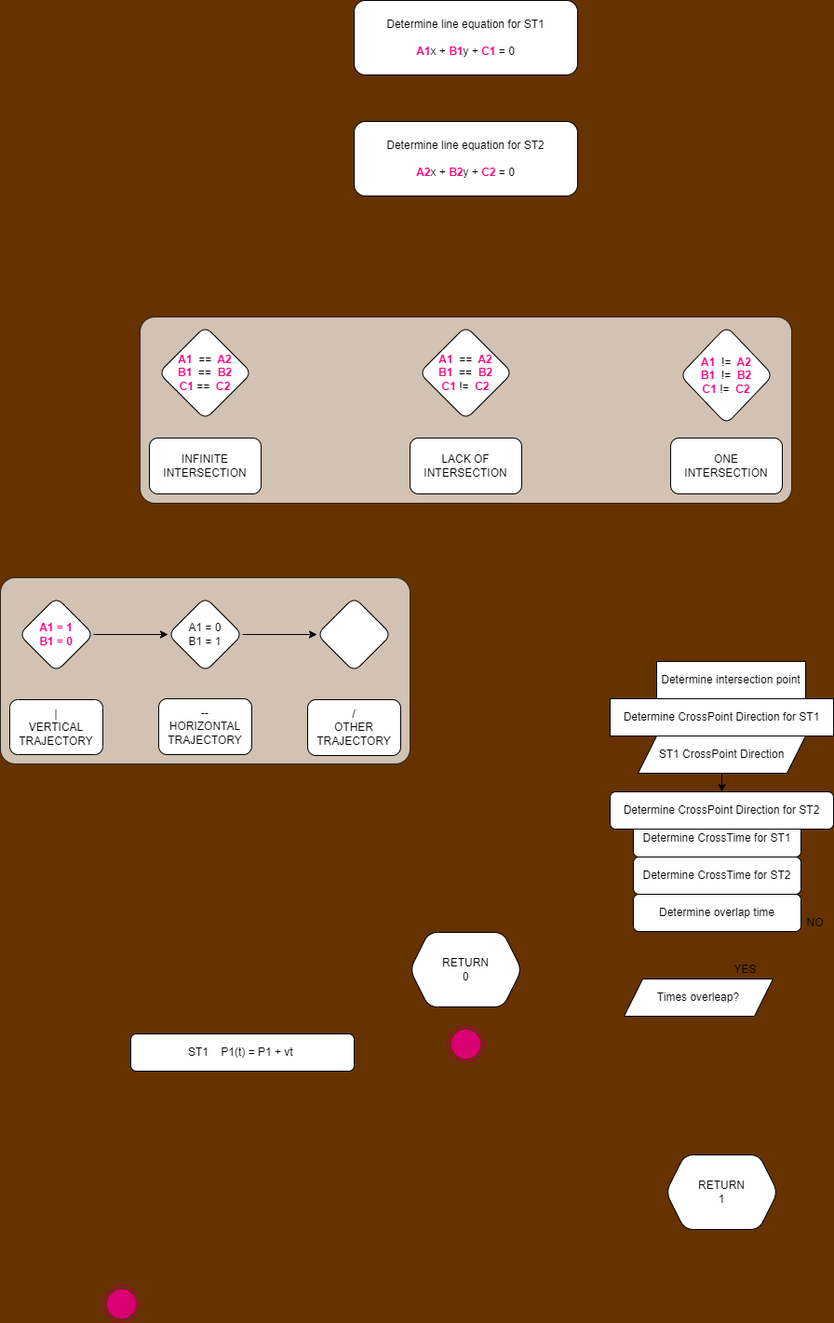
Earlier version of the draw.io export test.drawio.png (bajraan/MWP3_2C1---Stonogi). Source tidied: cells renumbered, new cells last; positions are measured from the earlier drawing's top-left corner, leaving out a move shared by most shapes.
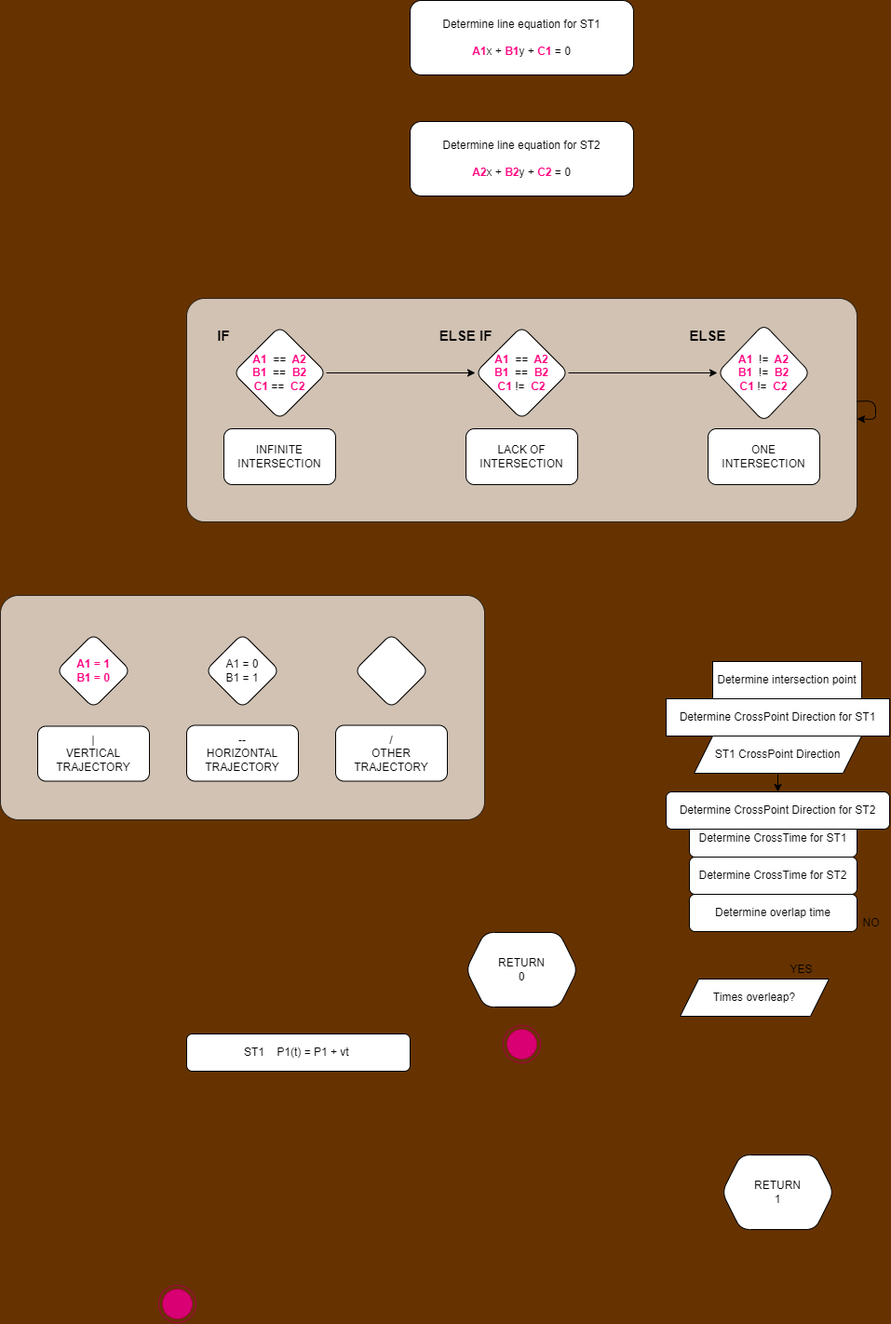
After the commit.

The edit, as a diff of the source:
```diff
@@ -3,10 +3,10 @@
     <mxCell id="0" />
     <mxCell id="1" parent="0" />
     <mxCell id="2" style="rounded=1;whiteSpace=wrap;html=1;fontColor=#FF0080;opacity=70;strokeOpacity=100;fillOpacity=100;glass=0;sketch=0;shadow=0;arcSize=8;" parent="1" vertex="1">
-      <mxGeometry y="620" width="440" height="200" as="geometry" />
+      <mxGeometry x="-60" y="639" width="520" height="241" as="geometry" />
     </mxCell>
     <mxCell id="3" style="rounded=1;whiteSpace=wrap;html=1;fontColor=#FF0080;opacity=70;strokeOpacity=100;fillOpacity=100;glass=0;sketch=0;shadow=0;arcSize=8;" parent="1" vertex="1">
-      <mxGeometry x="150" y="340" width="700" height="200" as="geometry" />
+      <mxGeometry x="140" y="320" width="720" height="240" as="geometry" />
     </mxCell>
     <mxCell id="4" value="Determine line equation for ST1&lt;br&gt;&lt;br&gt;&lt;b&gt;&lt;font color=&quot;#ff0080&quot;&gt;A1&lt;/font&gt;&lt;/b&gt;x +&amp;nbsp;&lt;b&gt;&lt;font color=&quot;#ff0080&quot;&gt;B1&lt;/font&gt;&lt;/b&gt;y +&amp;nbsp;&lt;b&gt;&lt;font color=&quot;#ff0080&quot;&gt;C1&lt;/font&gt;&lt;/b&gt;&amp;nbsp;= 0" style="whiteSpace=wrap;html=1;rounded=1;" parent="1" vertex="1">
       <mxGeometry x="380" width="240" height="80" as="geometry" />
@@ -53,50 +53,53 @@
     <mxCell id="18" value="Times overleap?" style="shape=parallelogram;perimeter=parallelogramPerimeter;whiteSpace=wrap;html=1;fixedSize=1;rounded=0;size=20;" parent="1" vertex="1">
       <mxGeometry x="670" y="1051" width="160" height="40" as="geometry" />
     </mxCell>
+    <mxCell id="36" style="edgeStyle=none;html=1;fontSize=15;" parent="1" edge="1" source="3" target="3">
+      <mxGeometry relative="1" as="geometry" />
+    </mxCell>
+    <mxCell id="37" style="edgeStyle=none;html=1;entryX=0;entryY=0.5;entryDx=0;entryDy=0;fontSize=15;" parent="1" edge="1" source="19" target="20">
+      <mxGeometry relative="1" as="geometry" />
+    </mxCell>
     <mxCell id="19" value="&lt;b&gt;&lt;font color=&quot;#ff0080&quot;&gt;A1&amp;nbsp;&amp;nbsp;&lt;/font&gt;&lt;/b&gt;==&amp;nbsp;&lt;b&gt;&lt;font color=&quot;#ff0080&quot;&gt;&amp;nbsp;A2&lt;br&gt;B1&amp;nbsp;&amp;nbsp;&lt;/font&gt;&lt;/b&gt;==&amp;nbsp;&lt;b&gt;&lt;font color=&quot;#ff0080&quot;&gt;&amp;nbsp;B2&lt;br&gt;C1&amp;nbsp;&lt;/font&gt;&lt;/b&gt;==&amp;nbsp;&lt;b&gt;&lt;font color=&quot;#ff0080&quot;&gt;&amp;nbsp;C2&lt;/font&gt;&lt;/b&gt;" style="shape=rhombus;perimeter=trapezoidPerimeter;whiteSpace=wrap;html=1;fixedSize=1;size=-40;&#10;rounded=1;rounded=1;" parent="1" vertex="1">
-      <mxGeometry x="170" y="350" width="100" height="100" as="geometry" />
+      <mxGeometry x="190" y="350" width="100" height="100" as="geometry" />
     </mxCell>
+    <mxCell id="38" style="edgeStyle=none;html=1;entryX=0;entryY=0.5;entryDx=0;entryDy=0;fontSize=15;" parent="1" edge="1" source="20" target="21">
+      <mxGeometry relative="1" as="geometry" />
+    </mxCell>
     <mxCell id="20" value="&lt;b&gt;&lt;font color=&quot;#ff0080&quot;&gt;A1&amp;nbsp;&amp;nbsp;&lt;/font&gt;&lt;/b&gt;==&amp;nbsp;&lt;b&gt;&lt;font color=&quot;#ff0080&quot;&gt;&amp;nbsp;A2&lt;br&gt;B1&amp;nbsp;&amp;nbsp;&lt;/font&gt;&lt;/b&gt;==&amp;nbsp;&lt;b&gt;&lt;font color=&quot;#ff0080&quot;&gt;&amp;nbsp;B2&lt;br&gt;C1 &lt;/font&gt;&lt;/b&gt;!=&amp;nbsp;&lt;b&gt;&lt;font color=&quot;#ff0080&quot;&gt;&amp;nbsp;C2&lt;/font&gt;&lt;/b&gt;" style="shape=rhombus;rounded=1;whiteSpace=wrap;html=1;fixedSize=1;" parent="1" vertex="1">
       <mxGeometry x="450" y="350" width="100" height="100" as="geometry" />
     </mxCell>
     <mxCell id="21" value="&lt;b&gt;&lt;font color=&quot;#ff0080&quot;&gt;A1&amp;nbsp; &lt;/font&gt;&lt;/b&gt;!=&amp;nbsp;&lt;b&gt;&lt;font color=&quot;#ff0080&quot;&gt;&amp;nbsp;A2&lt;br&gt;B1&amp;nbsp;&amp;nbsp;&lt;/font&gt;&lt;/b&gt;!=&amp;nbsp;&lt;b&gt;&lt;font color=&quot;#ff0080&quot;&gt;&amp;nbsp;B2&lt;br&gt;C1&amp;nbsp;&lt;/font&gt;&lt;/b&gt;!=&amp;nbsp;&lt;b&gt;&lt;font color=&quot;#ff0080&quot;&gt;&amp;nbsp;C2&lt;/font&gt;&lt;/b&gt;" style="rhombus;rounded=1;whiteSpace=wrap;html=1;fixedSize=1;" parent="1" vertex="1">
-      <mxGeometry x="730" y="350" width="100" height="105" as="geometry" />
+      <mxGeometry x="710" y="347.5" width="100" height="105" as="geometry" />
     </mxCell>
     <mxCell id="22" value="INFINITE INTERSECTION" style="rounded=1;whiteSpace=wrap;html=1;" parent="1" vertex="1">
-      <mxGeometry x="160" y="470" width="120" height="60" as="geometry" />
+      <mxGeometry x="180" y="460" width="120" height="60" as="geometry" />
     </mxCell>
     <mxCell id="23" value="ONE INTERSECTION" style="rounded=1;whiteSpace=wrap;html=1;" parent="1" vertex="1">
-      <mxGeometry x="720" y="470" width="120" height="60" as="geometry" />
+      <mxGeometry x="700" y="460" width="120" height="60" as="geometry" />
     </mxCell>
     <mxCell id="24" value="LACK OF INTERSECTION" style="rounded=1;whiteSpace=wrap;html=1;" parent="1" vertex="1">
-      <mxGeometry x="440" y="470" width="120" height="60" as="geometry" />
+      <mxGeometry x="440" y="460" width="120" height="60" as="geometry" />
     </mxCell>
     <mxCell id="25" value="ST1&amp;nbsp; &amp;nbsp; P1(t) = P1 + vt&amp;nbsp;" style="whiteSpace=wrap;html=1;rounded=1;" parent="1" vertex="1">
       <mxGeometry x="140" y="1110" width="240" height="40" as="geometry" />
     </mxCell>
     <mxCell id="26" value="|&lt;br&gt;VERTICAL TRAJECTORY" style="shape=rectangular;perimeter=hexagonPerimeter2;whiteSpace=wrap;html=1;fixedSize=1;sketch=0;rounded=1;" parent="1" vertex="1">
-      <mxGeometry x="10" y="751" width="100" height="59" as="geometry" />
+      <mxGeometry x="-20" y="779.5" width="120" height="59" as="geometry" />
     </mxCell>
     <mxCell id="27" value="--&lt;br&gt;HORIZONTAL TRAJECTORY" style="shape=rectangular;perimeter=hexagonPerimeter2;whiteSpace=wrap;html=1;fixedSize=1;sketch=0;rounded=1;" parent="1" vertex="1">
-      <mxGeometry x="170" y="750" width="100" height="60" as="geometry" />
+      <mxGeometry x="140" y="778.5" width="120" height="60" as="geometry" />
     </mxCell>
     <mxCell id="28" value="/&lt;br&gt;OTHER TRAJECTORY" style="shape=rectangular;perimeter=hexagonPerimeter2;whiteSpace=wrap;html=1;fixedSize=1;sketch=0;rounded=1;" parent="1" vertex="1">
-      <mxGeometry x="330" y="751" width="100" height="60" as="geometry" />
+      <mxGeometry x="300" y="778.5" width="120" height="60" as="geometry" />
     </mxCell>
-    <mxCell id="29" style="edgeStyle=none;html=1;fontColor=#FF0080;" parent="1" edge="1" source="30" target="32">
-      <mxGeometry relative="1" as="geometry" />
-    </mxCell>
     <mxCell id="30" value="&lt;b&gt;&lt;font color=&quot;#ff0080&quot;&gt;A1 = 1&lt;br&gt;B1 = 0&lt;/font&gt;&lt;/b&gt;" style="rhombus;whiteSpace=wrap;html=1;direction=south;rounded=1;" parent="1" vertex="1">
-      <mxGeometry x="20" y="641" width="80" height="80" as="geometry" />
+      <mxGeometry y="680" width="80" height="80" as="geometry" />
     </mxCell>
-    <mxCell id="31" style="edgeStyle=none;html=1;fontColor=#FF0080;" parent="1" edge="1" source="32" target="33">
-      <mxGeometry relative="1" as="geometry" />
-    </mxCell>
     <mxCell id="32" value="&lt;span&gt;A1 = 0&lt;/span&gt;&lt;br&gt;&lt;span&gt;B1 = 1&lt;/span&gt;" style="rhombus;whiteSpace=wrap;html=1;rounded=1;" parent="1" vertex="1">
-      <mxGeometry x="180" y="641" width="80" height="80" as="geometry" />
+      <mxGeometry x="160" y="680" width="80" height="80" as="geometry" />
     </mxCell>
     <mxCell id="33" style="rhombus;whiteSpace=wrap;html=1;rounded=1;" parent="1" vertex="1">
-      <mxGeometry x="340" y="641" width="80" height="80" as="geometry" />
+      <mxGeometry x="320" y="680" width="80" height="80" as="geometry" />
     </mxCell>
     <mxCell id="34" style="ellipse;html=1;shape=endState;fillColor=#d80073;strokeColor=#A50040;fontColor=#ffffff;" parent="1" vertex="1">
       <mxGeometry x="110" y="1380" width="40" height="40" as="geometry" />
@@ -104,5 +107,14 @@
     <mxCell id="35" style="ellipse;html=1;shape=endState;fillColor=#d80073;strokeColor=#A50040;fontColor=#ffffff;" parent="1" vertex="1">
       <mxGeometry x="480" y="1101" width="40" height="40" as="geometry" />
     </mxCell>
+    <mxCell id="39" value="&lt;b&gt;&lt;font style=&quot;font-size: 15px&quot;&gt;IF&lt;/font&gt;&lt;/b&gt;" style="text;html=1;strokeColor=none;fillColor=none;align=center;verticalAlign=middle;whiteSpace=wrap;rounded=0;" parent="1" vertex="1">
+      <mxGeometry x="140" y="340" width="80" height="40" as="geometry" />
+    </mxCell>
+    <mxCell id="40" value="&lt;b&gt;&lt;font style=&quot;font-size: 15px&quot;&gt;ELSE IF&lt;/font&gt;&lt;/b&gt;" style="text;html=1;strokeColor=none;fillColor=none;align=center;verticalAlign=middle;whiteSpace=wrap;rounded=0;" parent="1" vertex="1">
+      <mxGeometry x="400" y="340" width="80" height="40" as="geometry" />
+    </mxCell>
+    <mxCell id="41" value="&lt;span style=&quot;font-size: 15px&quot;&gt;&lt;b&gt;ELSE&lt;/b&gt;&lt;/span&gt;" style="text;html=1;strokeColor=none;fillColor=none;align=center;verticalAlign=middle;whiteSpace=wrap;rounded=0;" parent="1" vertex="1">
+      <mxGeometry x="660" y="340" width="80" height="40" as="geometry" />
+    </mxCell>
   </root>
 </mxGraphModel>
```
